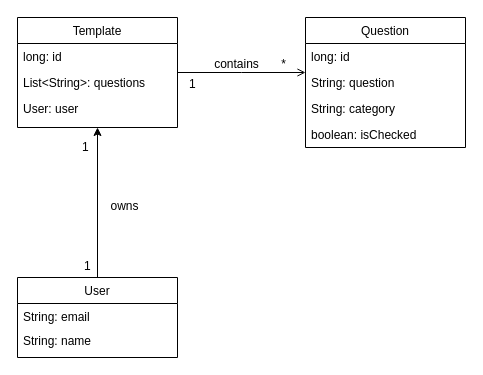
Before: diagrams/poc/sources/PoC_App_ClassDiagram.drawio in hmmaciel/controlframeworkpoc, a draw.io diagram. Source tidied: cells renumbered, new cells numbered last; positions are measured from the earlier drawing's top-left corner, leaving out a move shared by most shapes. Both pictures are drawn from the tidied source at 100%, with x=0, y=0 at pixel (17, 17).
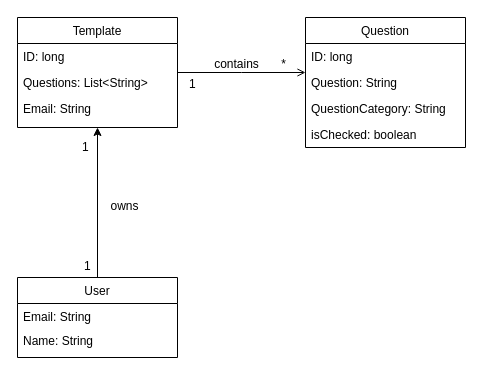
The same diagram, later.

The change refers to these unchanged cells:
```xml
<mxCell id="2" value="Template" style="swimlane;fontStyle=0;align=center;verticalAlign=top;horizontal=1;startSize=26;rounded=0;shadow=0;strokeWidth=1;" parent="1" vertex="1">
  <mxGeometry width="160" height="110" as="geometry" />
</mxCell>
<mxCell id="6" value="Question" style="swimlane;fontStyle=0;align=center;verticalAlign=top;horizontal=1;startSize=26;rounded=0;shadow=0;strokeWidth=1;" parent="1" vertex="1">
  <mxGeometry x="288" width="160" height="130" as="geometry" />
</mxCell>
<mxCell id="16" value="User" style="swimlane;fontStyle=0;align=center;verticalAlign=top;horizontal=1;startSize=26;rounded=0;shadow=0;strokeWidth=1;" parent="1" vertex="1">
  <mxGeometry y="260" width="160" height="80" as="geometry" />
</mxCell>
```

The edit, as a diff of the source:
```diff
@@
-    <mxCell id="3" value="long: id" style="text;align=left;verticalAlign=top;spacingLeft=4;spacingRight=4;overflow=hidden;" parent="2" vertex="1">
+    <mxCell id="3" value="ID: long" style="text;align=left;verticalAlign=top;spacingLeft=4;spacingRight=4;overflow=hidden;" parent="2" vertex="1">
       <mxGeometry y="26" width="160" height="26" as="geometry" />
     </mxCell>
-    <mxCell id="4" value="List&lt;String&gt;: questions" style="text;align=left;verticalAlign=top;spacingLeft=4;spacingRight=4;overflow=hidden;rounded=0;shadow=0;html=0;" parent="2" vertex="1">
+    <mxCell id="4" value="Questions: List&lt;String&gt;" style="text;align=left;verticalAlign=top;spacingLeft=4;spacingRight=4;overflow=hidden;rounded=0;shadow=0;html=0;" parent="2" vertex="1">
       <mxGeometry y="52" width="160" height="26" as="geometry" />
     </mxCell>
-    <mxCell id="5" value="User: user" style="text;align=left;verticalAlign=top;spacingLeft=4;spacingRight=4;overflow=hidden;rounded=0;shadow=0;html=0;" parent="2" vertex="1">
+    <mxCell id="5" value="Email: String" style="text;align=left;verticalAlign=top;spacingLeft=4;spacingRight=4;overflow=hidden;rounded=0;shadow=0;html=0;" parent="2" vertex="1">
       <mxGeometry y="78" width="160" height="26" as="geometry" />
     </mxCell>
@@
-    <mxCell id="7" value="long: id" style="text;align=left;verticalAlign=top;spacingLeft=4;spacingRight=4;overflow=hidden;" parent="6" vertex="1">
+    <mxCell id="7" value="ID: long" style="text;align=left;verticalAlign=top;spacingLeft=4;spacingRight=4;overflow=hidden;" parent="6" vertex="1">
       <mxGeometry y="26" width="160" height="26" as="geometry" />
     </mxCell>
-    <mxCell id="8" value="String: question" style="text;align=left;verticalAlign=top;spacingLeft=4;spacingRight=4;overflow=hidden;rounded=0;shadow=0;html=0;" parent="6" vertex="1">
+    <mxCell id="8" value="Question: String" style="text;align=left;verticalAlign=top;spacingLeft=4;spacingRight=4;overflow=hidden;rounded=0;shadow=0;html=0;" parent="6" vertex="1">
       <mxGeometry y="52" width="160" height="26" as="geometry" />
     </mxCell>
-    <mxCell id="9" value="String: category" style="text;align=left;verticalAlign=top;spacingLeft=4;spacingRight=4;overflow=hidden;rounded=0;shadow=0;html=0;" parent="6" vertex="1">
+    <mxCell id="9" value="QuestionCategory: String" style="text;align=left;verticalAlign=top;spacingLeft=4;spacingRight=4;overflow=hidden;rounded=0;shadow=0;html=0;" parent="6" vertex="1">
       <mxGeometry y="78" width="160" height="26" as="geometry" />
     </mxCell>
-    <mxCell id="10" value="boolean: isChecked" style="text;align=left;verticalAlign=top;spacingLeft=4;spacingRight=4;overflow=hidden;rounded=0;shadow=0;html=0;" parent="6" vertex="1">
+    <mxCell id="10" value="isChecked: boolean" style="text;align=left;verticalAlign=top;spacingLeft=4;spacingRight=4;overflow=hidden;rounded=0;shadow=0;html=0;" parent="6" vertex="1">
       <mxGeometry y="104" width="160" height="26" as="geometry" />
     </mxCell>
@@
-    <mxCell id="17" value="String: email" style="text;align=left;verticalAlign=top;spacingLeft=4;spacingRight=4;overflow=hidden;rounded=0;shadow=0;html=0;" parent="16" vertex="1">
+    <mxCell id="17" value="Email: String" style="text;align=left;verticalAlign=top;spacingLeft=4;spacingRight=4;overflow=hidden;rounded=0;shadow=0;html=0;" parent="16" vertex="1">
       <mxGeometry y="26" width="160" height="24" as="geometry" />
     </mxCell>
-    <mxCell id="18" value="String: name" style="text;align=left;verticalAlign=top;spacingLeft=4;spacingRight=4;overflow=hidden;rounded=0;shadow=0;html=0;" parent="16" vertex="1">
+    <mxCell id="18" value="Name: String" style="text;align=left;verticalAlign=top;spacingLeft=4;spacingRight=4;overflow=hidden;rounded=0;shadow=0;html=0;" parent="16" vertex="1">
       <mxGeometry y="50" width="160" height="24" as="geometry" />
     </mxCell>
```
